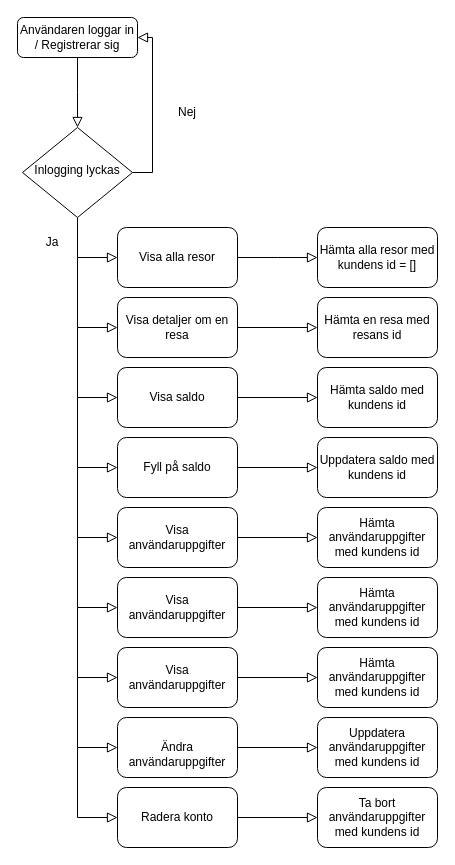
Above: 3_kundens_webbgranssnitt/användarens_webbgränssnitt.drawio in sonnerberg/vteam-sds (draw.io), before the change. Source tidied: cells renumbered, new cells numbered last; positions are measured from the earlier drawing's top-left corner, leaving out a move shared by most shapes. Both pictures are drawn from the tidied source at 100%, with x=0, y=0 at pixel (17, 17).
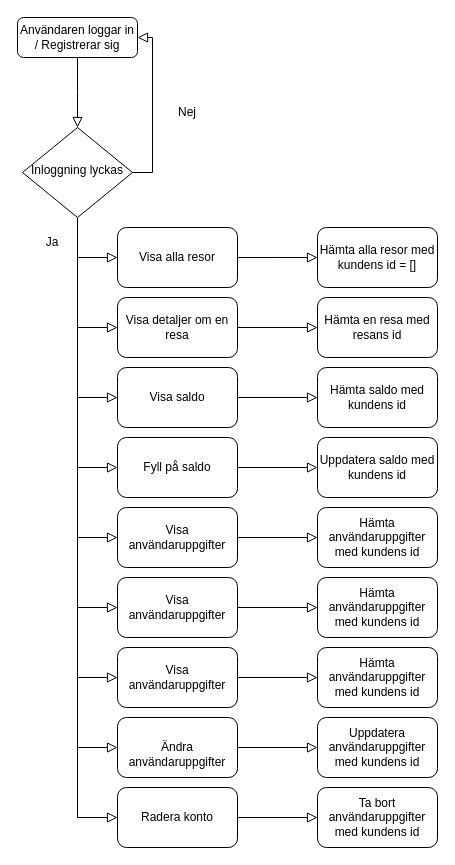
After the change.

Commit message (it also covers changes not shown here):
Ändra diagram för användarens webbgränssnitt

What changed in the source:
```diff
@@
-    <mxCell id="3" value="Inlogging lyckas" style="rhombus;whiteSpace=wrap;html=1;shadow=0;fontFamily=Helvetica;fontSize=12;align=center;strokeWidth=1;spacing=6;spacingTop=-4;" parent="1" vertex="1">
+    <mxCell id="3" value="Inloggning lyckas" style="rhombus;whiteSpace=wrap;html=1;shadow=0;fontFamily=Helvetica;fontSize=12;align=center;strokeWidth=1;spacing=6;spacingTop=-4;" parent="1" vertex="1">
       <mxGeometry x="5" y="110" width="110" height="90" as="geometry" />
     </mxCell>
```
